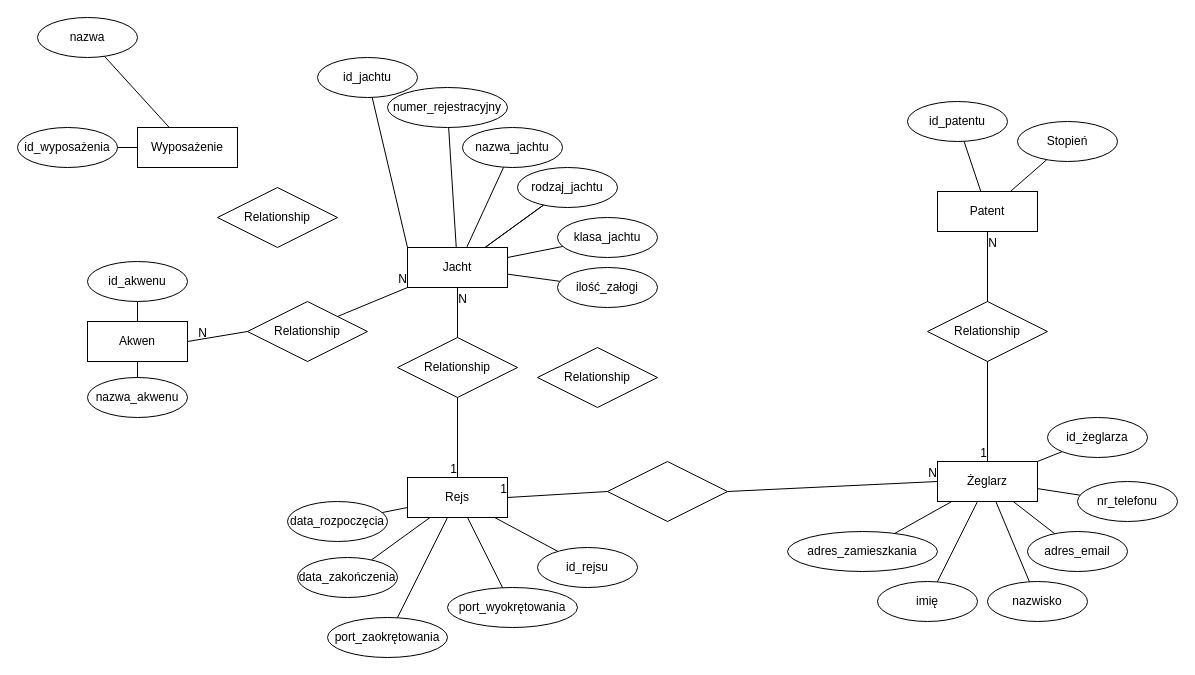
finalkiwii/databases-umbrellas keeps this draw.io diagram as Untitled Diagram.drawio. Above is the earlier version. Source tidied: cells renumbered, new cells numbered last; positions are measured from the earlier drawing's top-left corner, leaving out a move shared by most shapes. Both pictures are drawn from the tidied source at 100%, with x=0, y=0 at pixel (17, 17).
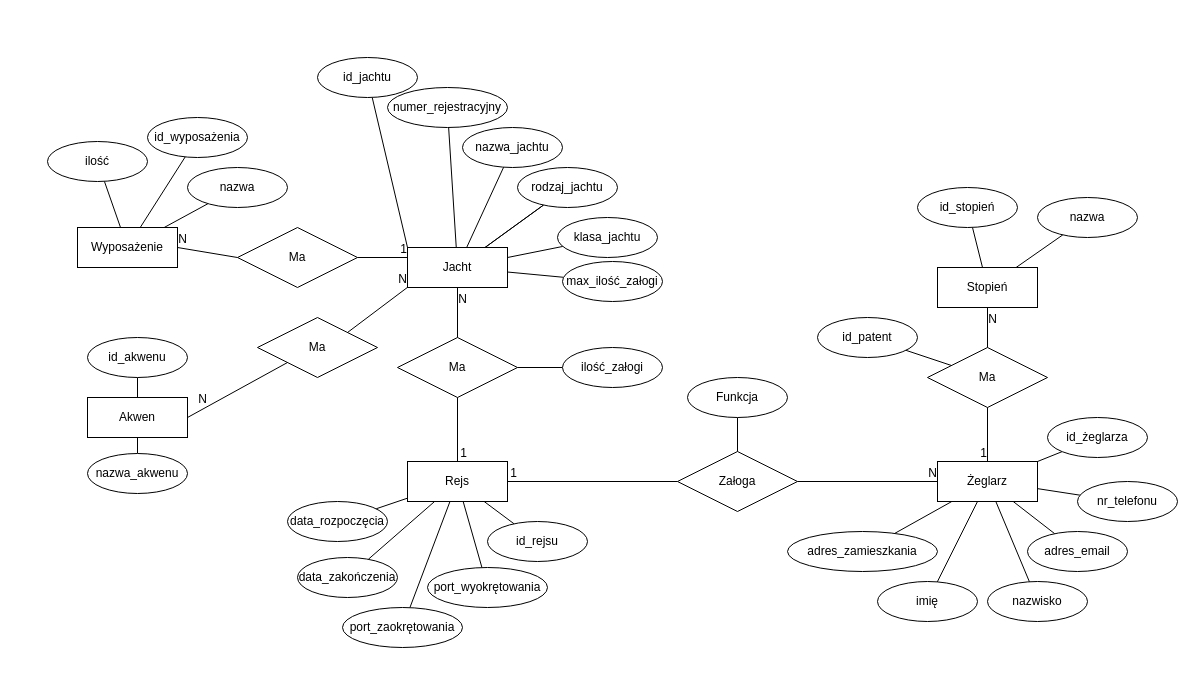
The same page after the edit.

Unchanged cells that the change refers to:
```xml
<mxCell id="2" value="Jacht" style="whiteSpace=wrap;html=1;align=center;" parent="1" vertex="1">
  <mxGeometry x="390" y="230" width="100" height="40" as="geometry" />
</mxCell>
<mxCell id="60" style="endArrow=none;html=1;rounded=0;exitX=0;exitY=0.5;exitDx=0;exitDy=0;entryX=1;entryY=0.5;entryDx=0;entryDy=0;" parent="1" edge="1" source="57" target="3">
  <mxGeometry relative="1" as="geometry" />
</mxCell>
<mxCell id="67" style="endArrow=none;html=1;rounded=0;exitX=0.5;exitY=1;exitDx=0;exitDy=0;entryX=0.5;entryY=0;entryDx=0;entryDy=0;" parent="1" edge="1" source="64" target="3">
  <mxGeometry relative="1" as="geometry" />
</mxCell>
```

What changed in the source:
```diff
@@
     <mxCell id="3" value="Rejs" style="whiteSpace=wrap;html=1;align=center;" parent="1" vertex="1">
-      <mxGeometry x="390" y="460" width="100" height="40" as="geometry" />
+      <mxGeometry x="390" y="444" width="100" height="40" as="geometry" />
     </mxCell>
@@
     <mxCell id="5" value="Akwen" style="whiteSpace=wrap;html=1;align=center;" parent="1" vertex="1">
-      <mxGeometry x="70" y="304" width="100" height="40" as="geometry" />
+      <mxGeometry x="70" y="380" width="100" height="40" as="geometry" />
     </mxCell>
     <mxCell id="6" value="Wyposażenie" style="whiteSpace=wrap;html=1;align=center;" parent="1" vertex="1">
-      <mxGeometry x="120" y="110" width="100" height="40" as="geometry" />
+      <mxGeometry x="60" y="210" width="100" height="40" as="geometry" />
     </mxCell>
-    <mxCell id="7" value="Patent" style="whiteSpace=wrap;html=1;align=center;" parent="1" vertex="1">
-      <mxGeometry x="920" y="174" width="100" height="40" as="geometry" />
+    <mxCell id="7" value="Stopień" style="whiteSpace=wrap;html=1;align=center;" parent="1" vertex="1">
+      <mxGeometry x="920" y="250" width="100" height="40" as="geometry" />
     </mxCell>
@@
     <mxCell id="11" value="id_rejsu" style="ellipse;whiteSpace=wrap;html=1;align=center;" parent="1" vertex="1">
-      <mxGeometry x="520" y="530" width="100" height="40" as="geometry" />
+      <mxGeometry x="470" y="504" width="100" height="40" as="geometry" />
     </mxCell>
@@
-    <mxCell id="15" value="id_patentu" style="ellipse;whiteSpace=wrap;html=1;align=center;" parent="1" vertex="1">
-      <mxGeometry x="890" y="84" width="100" height="40" as="geometry" />
+    <mxCell id="15" value="id_stopień" style="ellipse;whiteSpace=wrap;html=1;align=center;" parent="1" vertex="1">
+      <mxGeometry x="900" y="170" width="100" height="40" as="geometry" />
     </mxCell>
@@
-    <mxCell id="35" value="ilość_załogi" style="ellipse;whiteSpace=wrap;html=1;align=center;" parent="1" vertex="1">
-      <mxGeometry x="540" y="250" width="100" height="40" as="geometry" />
+    <mxCell id="35" value="max_ilość_załogi" style="ellipse;whiteSpace=wrap;html=1;align=center;" parent="1" vertex="1">
+      <mxGeometry x="545" y="244" width="100" height="40" as="geometry" />
     </mxCell>
@@
     <mxCell id="37" value="port_zaokrętowania" style="ellipse;whiteSpace=wrap;html=1;align=center;" parent="1" vertex="1">
-      <mxGeometry x="310" y="600" width="120" height="40" as="geometry" />
+      <mxGeometry x="325" y="590" width="120" height="40" as="geometry" />
     </mxCell>
@@
-    <mxCell id="43" value="Stopień" style="ellipse;whiteSpace=wrap;html=1;align=center;" parent="1" vertex="1">
-      <mxGeometry x="1000" y="104" width="100" height="40" as="geometry" />
+    <mxCell id="43" value="nazwa" style="ellipse;whiteSpace=wrap;html=1;align=center;" parent="1" vertex="1">
+      <mxGeometry x="1020" y="180" width="100" height="40" as="geometry" />
     </mxCell>
@@
     <mxCell id="45" value="nazwa_akwenu" style="ellipse;whiteSpace=wrap;html=1;align=center;" parent="1" vertex="1">
-      <mxGeometry x="70" y="360" width="100" height="40" as="geometry" />
+      <mxGeometry x="70" y="436" width="100" height="40" as="geometry" />
     </mxCell>
@@
     <mxCell id="47" value="id_akwenu" style="ellipse;whiteSpace=wrap;html=1;align=center;" parent="1" vertex="1">
-      <mxGeometry x="70" y="244" width="100" height="40" as="geometry" />
+      <mxGeometry x="70" y="320" width="100" height="40" as="geometry" />
     </mxCell>
@@
     <mxCell id="49" value="nazwa" style="ellipse;whiteSpace=wrap;html=1;align=center;" parent="1" vertex="1">
-      <mxGeometry x="20" width="100" height="40" as="geometry" />
+      <mxGeometry x="170" y="150" width="100" height="40" as="geometry" />
     </mxCell>
@@
     <mxCell id="51" value="id_wyposażenia" style="ellipse;whiteSpace=wrap;html=1;align=center;" parent="1" vertex="1">
-      <mxGeometry y="110" width="100" height="40" as="geometry" />
+      <mxGeometry x="130" y="100" width="100" height="40" as="geometry" />
     </mxCell>
-    <mxCell id="52" value="Relationship" style="shape=rhombus;perimeter=rhombusPerimeter;whiteSpace=wrap;html=1;align=center;" parent="1" vertex="1">
-      <mxGeometry x="910" y="284" width="120" height="60" as="geometry" />
+    <mxCell id="52" value="Ma" style="shape=rhombus;perimeter=rhombusPerimeter;whiteSpace=wrap;html=1;align=center;" parent="1" vertex="1">
+      <mxGeometry x="910" y="330" width="120" height="60" as="geometry" />
     </mxCell>
@@
-    <mxCell id="57" style="shape=rhombus;perimeter=rhombusPerimeter;whiteSpace=wrap;html=1;align=center;" parent="1" vertex="1">
-      <mxGeometry x="590" y="444" width="120" height="60" as="geometry" />
+    <mxCell id="57" value="Załoga" style="shape=rhombus;perimeter=rhombusPerimeter;whiteSpace=wrap;html=1;align=center;" parent="1" vertex="1">
+      <mxGeometry x="660" y="434" width="120" height="60" as="geometry" />
     </mxCell>
@@
     <mxCell id="61" value="1" style="html=1;align=right;verticalAlign=bottom;" parent="60" vertex="1">
-      <mxGeometry x="1" relative="1" as="geometry" />
+      <mxGeometry x="1" relative="1" as="geometry">
+        <mxPoint x="10" as="offset" />
+      </mxGeometry>
     </mxCell>
@@
     <mxCell id="63" value="port_wyokrętowania" style="ellipse;whiteSpace=wrap;html=1;align=center;" parent="1" vertex="1">
-      <mxGeometry x="430" y="570" width="130" height="40" as="geometry" />
+      <mxGeometry x="410" y="550" width="120" height="40" as="geometry" />
     </mxCell>
-    <mxCell id="64" value="Relationship" style="shape=rhombus;perimeter=rhombusPerimeter;whiteSpace=wrap;html=1;align=center;" parent="1" vertex="1">
+    <mxCell id="64" value="Ma" style="shape=rhombus;perimeter=rhombusPerimeter;whiteSpace=wrap;html=1;align=center;" parent="1" vertex="1">
       <mxGeometry x="380" y="320" width="120" height="60" as="geometry" />
     </mxCell>
@@
     <mxCell id="68" value="1" style="html=1;align=right;verticalAlign=bottom;" parent="67" vertex="1">
-      <mxGeometry x="1" relative="1" as="geometry" />
+      <mxGeometry x="1" relative="1" as="geometry">
+        <mxPoint x="10" as="offset" />
+      </mxGeometry>
     </mxCell>
@@
-    <mxCell id="70" value="Relationship" style="shape=rhombus;perimeter=rhombusPerimeter;whiteSpace=wrap;html=1;align=center;" parent="1" vertex="1">
-      <mxGeometry x="520" y="330" width="120" height="60" as="geometry" />
-    </mxCell>
-    <mxCell id="71" value="Relationship" style="shape=rhombus;perimeter=rhombusPerimeter;whiteSpace=wrap;html=1;align=center;" parent="1" vertex="1">
-      <mxGeometry x="230" y="284" width="120" height="60" as="geometry" />
+    <mxCell id="71" value="Ma" style="shape=rhombus;perimeter=rhombusPerimeter;whiteSpace=wrap;html=1;align=center;" parent="1" vertex="1">
+      <mxGeometry x="240" y="300" width="120" height="60" as="geometry" />
     </mxCell>
-    <mxCell id="72" style="endArrow=none;html=1;rounded=0;exitX=1;exitY=0;exitDx=0;exitDy=0;entryX=0;entryY=1;entryDx=0;entryDy=0;" parent="1" edge="1" source="71" target="2">
-      <mxGeometry relative="1" as="geometry" />
+    <mxCell id="72" style="endArrow=none;html=1;rounded=0;exitX=1;exitY=0;exitDx=0;exitDy=0;entryX=0;entryY=1;entryDx=0;entryDy=0;" parent="1" edge="1" source="71">
+      <mxGeometry relative="1" as="geometry">
+        <mxPoint x="389.8" y="270" as="targetPoint" />
+      </mxGeometry>
     </mxCell>
@@
-    <mxCell id="74" style="endArrow=none;html=1;rounded=0;exitX=0;exitY=0.5;exitDx=0;exitDy=0;entryX=1;entryY=0.5;entryDx=0;entryDy=0;" parent="1" edge="1" source="71" target="5">
+    <mxCell id="74" style="endArrow=none;html=1;rounded=0;exitX=0;exitY=1;exitDx=0;exitDy=0;entryX=1;entryY=0.5;entryDx=0;entryDy=0;" parent="1" edge="1" source="71" target="5">
       <mxGeometry relative="1" as="geometry" />
     </mxCell>
     <mxCell id="75" value="N" style="html=1;align=right;verticalAlign=bottom;" parent="74" vertex="1">
       <mxGeometry x="1" relative="1" as="geometry">
-        <mxPoint x="20.3" as="offset" />
+        <mxPoint x="20.3" y="-9.9" as="offset" />
       </mxGeometry>
     </mxCell>
-    <mxCell id="76" value="Relationship" style="shape=rhombus;perimeter=rhombusPerimeter;whiteSpace=wrap;html=1;align=center;" parent="1" vertex="1">
-      <mxGeometry x="200" y="170" width="120" height="60" as="geometry" />
+    <mxCell id="76" value="Ma" style="shape=rhombus;perimeter=rhombusPerimeter;whiteSpace=wrap;html=1;align=center;" parent="1" vertex="1">
+      <mxGeometry x="220" y="210" width="120" height="60" as="geometry" />
     </mxCell>
+    <mxCell id="77" style="edgeStyle=none;rounded=0;jettySize=auto;html=1;endArrow=none;endFill=0;" parent="1" edge="1" source="78" target="57">
+      <mxGeometry relative="1" as="geometry" />
+    </mxCell>
+    <mxCell id="78" value="Funkcja" style="ellipse;whiteSpace=wrap;html=1;align=center;" parent="1" vertex="1">
+      <mxGeometry x="670" y="360" width="100" height="40" as="geometry" />
+    </mxCell>
+    <mxCell id="79" style="edgeStyle=none;rounded=0;jettySize=auto;html=1;endArrow=none;endFill=0;" parent="1" edge="1" source="80" target="64">
+      <mxGeometry relative="1" as="geometry" />
+    </mxCell>
+    <mxCell id="80" value="ilość_załogi" style="ellipse;whiteSpace=wrap;html=1;align=center;" parent="1" vertex="1">
+      <mxGeometry x="545" y="330" width="100" height="40" as="geometry" />
+    </mxCell>
+    <mxCell id="81" style="edgeStyle=none;rounded=0;jettySize=auto;html=1;endArrow=none;endFill=0;" parent="1" edge="1" source="82" target="6">
+      <mxGeometry relative="1" as="geometry" />
+    </mxCell>
+    <mxCell id="82" value="ilość" style="ellipse;whiteSpace=wrap;html=1;align=center;" parent="1" vertex="1">
+      <mxGeometry x="30" y="124" width="100" height="40" as="geometry" />
+    </mxCell>
+    <mxCell id="83" style="endArrow=none;html=1;rounded=0;entryX=0;entryY=0.25;entryDx=0;entryDy=0;exitX=1;exitY=0.5;exitDx=0;exitDy=0;" parent="1" edge="1" source="76" target="2">
+      <mxGeometry relative="1" as="geometry" />
+    </mxCell>
+    <mxCell id="84" value="1" style="html=1;align=right;verticalAlign=bottom;" parent="83" vertex="1">
+      <mxGeometry x="1" relative="1" as="geometry" />
+    </mxCell>
+    <mxCell id="85" style="endArrow=none;html=1;rounded=0;entryX=1;entryY=0.5;entryDx=0;entryDy=0;exitX=0;exitY=0.5;exitDx=0;exitDy=0;" parent="1" edge="1" source="76" target="6">
+      <mxGeometry relative="1" as="geometry" />
+    </mxCell>
+    <mxCell id="86" value="N" style="html=1;align=right;verticalAlign=bottom;" parent="85" vertex="1">
+      <mxGeometry x="1" relative="1" as="geometry">
+        <mxPoint x="10.4" y="0.2" as="offset" />
+      </mxGeometry>
+    </mxCell>
+    <mxCell id="87" style="edgeStyle=none;rounded=0;jettySize=auto;html=1;endArrow=none;endFill=0;" parent="1" edge="1" source="88" target="52">
+      <mxGeometry relative="1" as="geometry" />
+    </mxCell>
+    <mxCell id="88" value="id_patent" style="ellipse;whiteSpace=wrap;html=1;align=center;" parent="1" vertex="1">
+      <mxGeometry x="800" y="300" width="100" height="40" as="geometry" />
+    </mxCell>
```
